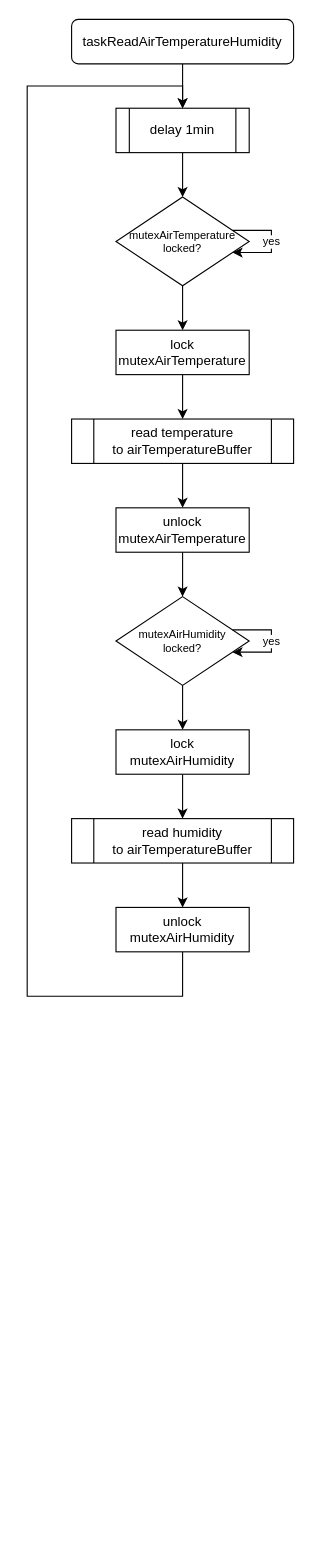
Earlier version of the draw.io diagram Diagrams/taskReadAirTemperatureHumidity.drawio (rafaelandrepedro/embebidos2122). Source tidied: cells renumbered, new cells numbered last; positions are measured from the earlier drawing's top-left corner, leaving out a move shared by most shapes. Both pictures are drawn from the tidied source at 111%, with x=0, y=0 at pixel (27, 19).
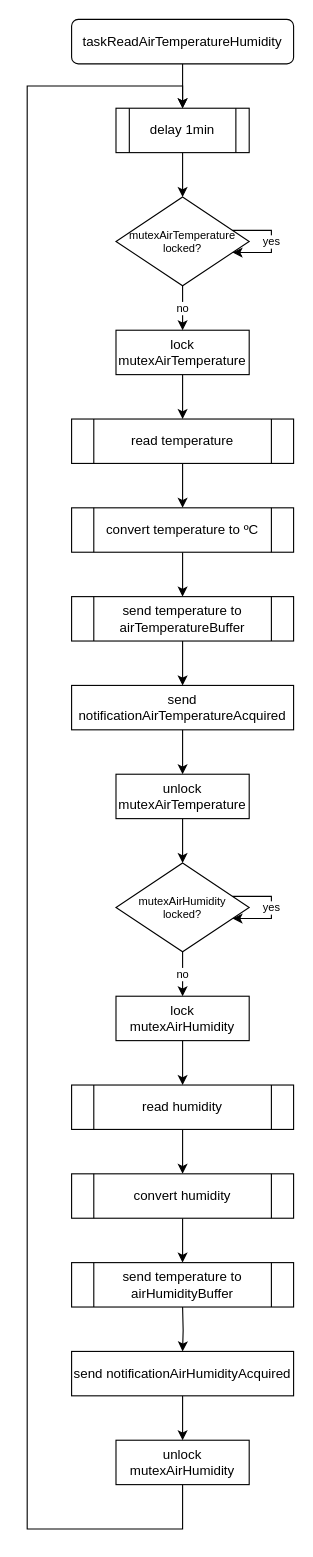
Above is the later version.

Unchanged cells that the change refers to:
```xml
<mxCell id="5" value="delay 1min" style="shape=process;whiteSpace=wrap;html=1;backgroundOutline=1;" parent="1" vertex="1">
  <mxGeometry x="80" y="80" width="120" height="40" as="geometry" />
</mxCell>
<mxCell id="7" value="lock&lt;br&gt;mutexAirTemperature" style="rounded=0;whiteSpace=wrap;html=1;" parent="1" vertex="1">
  <mxGeometry x="80" y="280" width="120" height="40" as="geometry" />
</mxCell>
<mxCell id="9" value="&lt;span style=&quot;font-size: 10px&quot;&gt;mutexAirTemperature&lt;br style=&quot;font-size: 10px&quot;&gt;locked?&lt;br style=&quot;font-size: 10px&quot;&gt;&lt;/span&gt;" style="rhombus;whiteSpace=wrap;html=1;fontSize=10;" parent="1" vertex="1">
  <mxGeometry x="80" y="160" width="120" height="80" as="geometry" />
</mxCell>
```

The edit, as a diff of the source:
```diff
@@
-    <mxCell id="6" style="edgeStyle=orthogonalEdgeStyle;rounded=0;jettySize=auto;html=1;fontSize=10;" parent="1" edge="1" source="7" target="11">
-      <mxGeometry relative="1" as="geometry" />
-    </mxCell>
+    <mxCell id="24" style="edgeStyle=orthogonalEdgeStyle;rounded=0;jettySize=auto;html=1;" parent="1" edge="1" source="7" target="33">
+      <mxGeometry relative="1" as="geometry" />
+    </mxCell>
@@
-    <mxCell id="8" style="edgeStyle=orthogonalEdgeStyle;rounded=0;jettySize=auto;html=1;fontSize=10;" parent="1" edge="1" source="9" target="7">
+    <mxCell id="8" value="no" style="edgeStyle=orthogonalEdgeStyle;rounded=0;jettySize=auto;html=1;fontSize=10;" parent="1" edge="1" source="9" target="7">
       <mxGeometry relative="1" as="geometry" />
     </mxCell>
@@
-    <mxCell id="10" style="edgeStyle=orthogonalEdgeStyle;rounded=0;jettySize=auto;html=1;fontSize=10;" parent="1" edge="1" source="11" target="13">
-      <mxGeometry relative="1" as="geometry" />
-    </mxCell>
+    <mxCell id="25" style="edgeStyle=orthogonalEdgeStyle;rounded=0;jettySize=auto;html=1;" parent="1" edge="1" source="11" target="37">
+      <mxGeometry relative="1" as="geometry" />
+    </mxCell>
-    <mxCell id="11" value="read temperature to&amp;nbsp;airTemperatureBuffer" style="shape=process;whiteSpace=wrap;html=1;backgroundOutline=1;" parent="1" vertex="1">
-      <mxGeometry x="40" y="360" width="200" height="40" as="geometry" />
+    <mxCell id="11" value="convert temperature to ºC" style="shape=process;whiteSpace=wrap;html=1;backgroundOutline=1;" parent="1" vertex="1">
+      <mxGeometry x="40" y="440" width="200" height="40" as="geometry" />
     </mxCell>
@@
     <mxCell id="13" value="unlock&lt;br&gt;mutexAirTemperature" style="rounded=0;whiteSpace=wrap;html=1;" parent="1" vertex="1">
-      <mxGeometry x="80" y="440" width="120" height="40" as="geometry" />
+      <mxGeometry x="80" y="680" width="120" height="40" as="geometry" />
     </mxCell>
-    <mxCell id="14" style="edgeStyle=orthogonalEdgeStyle;rounded=0;jettySize=auto;html=1;fontSize=10;" parent="1" edge="1" source="15" target="17">
+    <mxCell id="14" value="no" style="edgeStyle=orthogonalEdgeStyle;rounded=0;jettySize=auto;html=1;fontSize=10;" parent="1" edge="1" source="15" target="17">
       <mxGeometry relative="1" as="geometry" />
     </mxCell>
     <mxCell id="15" value="&lt;span style=&quot;font-size: 10px&quot;&gt;mutexAirHumidity&lt;br&gt;locked?&lt;br style=&quot;font-size: 10px&quot;&gt;&lt;/span&gt;" style="rhombus;whiteSpace=wrap;html=1;fontSize=10;" parent="1" vertex="1">
-      <mxGeometry x="80" y="520" width="120" height="80" as="geometry" />
+      <mxGeometry x="80" y="760" width="120" height="80" as="geometry" />
     </mxCell>
-    <mxCell id="16" style="edgeStyle=orthogonalEdgeStyle;rounded=0;jettySize=auto;html=1;fontSize=10;" parent="1" edge="1" source="17" target="19">
-      <mxGeometry relative="1" as="geometry" />
-    </mxCell>
+    <mxCell id="26" style="edgeStyle=orthogonalEdgeStyle;rounded=0;jettySize=auto;html=1;" parent="1" edge="1" source="17" target="35">
+      <mxGeometry relative="1" as="geometry" />
+    </mxCell>
     <mxCell id="17" value="lock&lt;br&gt;mutexAirHumidity" style="rounded=0;whiteSpace=wrap;html=1;" parent="1" vertex="1">
-      <mxGeometry x="80" y="640" width="120" height="40" as="geometry" />
+      <mxGeometry x="80" y="880" width="120" height="40" as="geometry" />
     </mxCell>
-    <mxCell id="18" style="edgeStyle=orthogonalEdgeStyle;rounded=0;jettySize=auto;html=1;fontSize=10;" parent="1" edge="1" source="19" target="21">
-      <mxGeometry relative="1" as="geometry" />
-    </mxCell>
-    <mxCell id="19" value="read humidity to&amp;nbsp;airTemperatureBuffer" style="shape=process;whiteSpace=wrap;html=1;backgroundOutline=1;" parent="1" vertex="1">
-      <mxGeometry x="40" y="720" width="200" height="40" as="geometry" />
-    </mxCell>
+    <mxCell id="27" style="edgeStyle=orthogonalEdgeStyle;rounded=0;jettySize=auto;html=1;" parent="1" edge="1" target="31">
+      <mxGeometry relative="1" as="geometry">
+        <mxPoint x="140" y="1160" as="sourcePoint" />
+      </mxGeometry>
+    </mxCell>
     <mxCell id="20" style="edgeStyle=orthogonalEdgeStyle;rounded=0;jettySize=auto;html=1;entryX=0.5;entryY=0;entryDx=0;entryDy=0;fontSize=10;" parent="1" edge="1" source="21" target="5">
       <mxGeometry relative="1" as="geometry">
         <Array as="points">
-          <mxPoint x="140" y="880" />
-          <mxPoint y="880" />
+          <mxPoint x="140" y="1360" />
+          <mxPoint y="1360" />
           <mxPoint y="60" />
           <mxPoint x="140" y="60" />
         </Array>
       </mxGeometry>
     </mxCell>
     <mxCell id="21" value="unlock&lt;br&gt;mutexAirHumidity" style="rounded=0;whiteSpace=wrap;html=1;" parent="1" vertex="1">
-      <mxGeometry x="80" y="800" width="120" height="40" as="geometry" />
+      <mxGeometry x="80" y="1280" width="120" height="40" as="geometry" />
     </mxCell>
@@
+    <mxCell id="28" style="edgeStyle=orthogonalEdgeStyle;rounded=0;jettySize=auto;html=1;" parent="1" edge="1" source="29" target="13">
+      <mxGeometry relative="1" as="geometry" />
+    </mxCell>
+    <mxCell id="29" value="send notificationAirTemperatureAcquired" style="rounded=0;whiteSpace=wrap;html=1;" parent="1" vertex="1">
+      <mxGeometry x="40" y="600" width="200" height="40" as="geometry" />
+    </mxCell>
+    <mxCell id="30" style="edgeStyle=orthogonalEdgeStyle;rounded=0;jettySize=auto;html=1;entryX=0.5;entryY=0;entryDx=0;entryDy=0;" parent="1" edge="1" source="31" target="21">
+      <mxGeometry relative="1" as="geometry" />
+    </mxCell>
+    <mxCell id="31" value="send notificationAirHumidityAcquired" style="rounded=0;whiteSpace=wrap;html=1;" parent="1" vertex="1">
+      <mxGeometry x="40" y="1200" width="200" height="40" as="geometry" />
+    </mxCell>
+    <mxCell id="32" style="edgeStyle=orthogonalEdgeStyle;rounded=0;jettySize=auto;html=1;" parent="1" edge="1" source="33" target="11">
+      <mxGeometry relative="1" as="geometry" />
+    </mxCell>
+    <mxCell id="33" value="read temperature" style="shape=process;whiteSpace=wrap;html=1;backgroundOutline=1;" parent="1" vertex="1">
+      <mxGeometry x="40" y="360" width="200" height="40" as="geometry" />
+    </mxCell>
+    <mxCell id="34" style="edgeStyle=orthogonalEdgeStyle;rounded=0;jettySize=auto;html=1;" parent="1" edge="1" source="35" target="39">
+      <mxGeometry relative="1" as="geometry" />
+    </mxCell>
+    <mxCell id="35" value="read humidity" style="shape=process;whiteSpace=wrap;html=1;backgroundOutline=1;" parent="1" vertex="1">
+      <mxGeometry x="40" y="960" width="200" height="40" as="geometry" />
+    </mxCell>
+    <mxCell id="36" style="edgeStyle=orthogonalEdgeStyle;rounded=0;jettySize=auto;html=1;" parent="1" edge="1" source="37" target="29">
+      <mxGeometry relative="1" as="geometry" />
+    </mxCell>
+    <mxCell id="37" value="send temperature to airTemperatureBuffer" style="shape=process;whiteSpace=wrap;html=1;backgroundOutline=1;" parent="1" vertex="1">
+      <mxGeometry x="40" y="520" width="200" height="40" as="geometry" />
+    </mxCell>
+    <mxCell id="38" style="edgeStyle=orthogonalEdgeStyle;rounded=0;jettySize=auto;html=1;" parent="1" edge="1" source="39" target="40">
+      <mxGeometry relative="1" as="geometry" />
+    </mxCell>
+    <mxCell id="39" value="convert humidity" style="shape=process;whiteSpace=wrap;html=1;backgroundOutline=1;" parent="1" vertex="1">
+      <mxGeometry x="40" y="1040" width="200" height="40" as="geometry" />
+    </mxCell>
+    <mxCell id="40" value="send temperature to airHumidityBuffer" style="shape=process;whiteSpace=wrap;html=1;backgroundOutline=1;" parent="1" vertex="1">
+      <mxGeometry x="40" y="1120" width="200" height="40" as="geometry" />
+    </mxCell>
```
